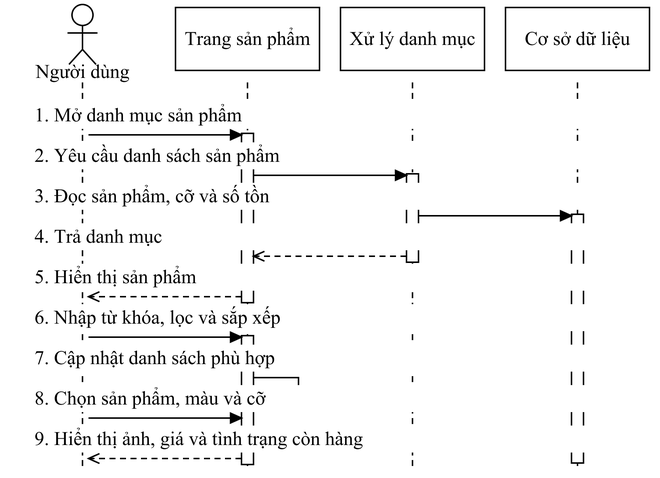
Earlier version of the draw.io export docs/do-an-LSOUL/So-do-LSOUL-rut-gon/anh-png/SEQ-05.png (Loccao102/BanHang). Source tidied: cells renumbered, new cells last; positions are measured from the earlier drawing's top-left corner, leaving out a move shared by most shapes.
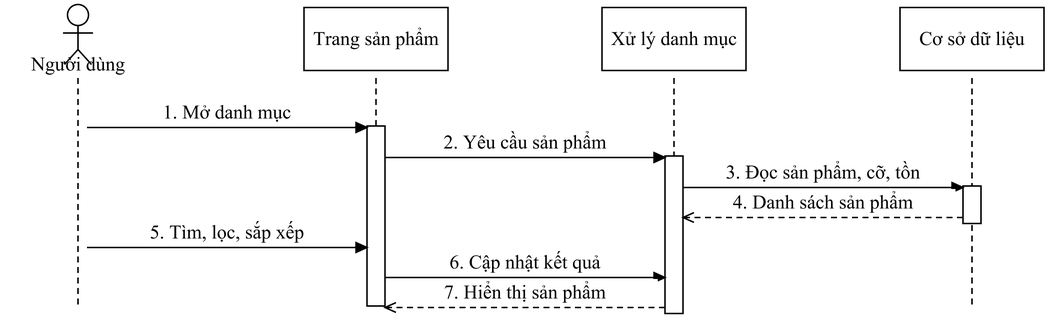
Above is the later version.

The edit, as a diff of the source:
```diff
@@ -4,163 +4,138 @@
     <mxCell id="1" parent="0" />
     <mxCell id="2" style="fontFamily=Times New Roman;fontSize=13;fontColor=#000000;strokeColor=#000000;strokeWidth=1;fillColor=#FFFFFF;shadow=0;rounded=0;html=0;whiteSpace=wrap;spacing=5;endArrow=none;endFill=1;startArrow=none;dashed=1;dashPattern=4 3;" parent="1" edge="1">
       <mxGeometry relative="1" as="geometry">
-        <mxPoint x="48" y="52" as="sourcePoint" />
-        <mxPoint x="48" y="308" as="targetPoint" />
+        <mxPoint x="45" y="49" as="sourcePoint" />
+        <mxPoint x="45" y="203" as="targetPoint" />
       </mxGeometry>
     </mxCell>
     <mxCell id="3" style="fontFamily=Times New Roman;fontSize=13;fontColor=#000000;strokeColor=#000000;strokeWidth=1;fillColor=#FFFFFF;shadow=0;rounded=0;html=0;whiteSpace=wrap;spacing=5;endArrow=none;endFill=1;startArrow=none;dashed=1;dashPattern=4 3;" parent="1" edge="1">
       <mxGeometry relative="1" as="geometry">
-        <mxPoint x="158" y="52" as="sourcePoint" />
-        <mxPoint x="158" y="308" as="targetPoint" />
+        <mxPoint x="243.7" y="49" as="sourcePoint" />
+        <mxPoint x="243.7" y="203" as="targetPoint" />
       </mxGeometry>
     </mxCell>
     <mxCell id="4" style="fontFamily=Times New Roman;fontSize=13;fontColor=#000000;strokeColor=#000000;strokeWidth=1;fillColor=#FFFFFF;shadow=0;rounded=0;html=0;whiteSpace=wrap;spacing=5;endArrow=none;endFill=1;startArrow=none;dashed=1;dashPattern=4 3;" parent="1" edge="1">
       <mxGeometry relative="1" as="geometry">
-        <mxPoint x="268" y="52" as="sourcePoint" />
-        <mxPoint x="268" y="308" as="targetPoint" />
+        <mxPoint x="442.3" y="49" as="sourcePoint" />
+        <mxPoint x="442.3" y="203" as="targetPoint" />
       </mxGeometry>
     </mxCell>
     <mxCell id="5" style="fontFamily=Times New Roman;fontSize=13;fontColor=#000000;strokeColor=#000000;strokeWidth=1;fillColor=#FFFFFF;shadow=0;rounded=0;html=0;whiteSpace=wrap;spacing=5;endArrow=none;endFill=1;startArrow=none;dashed=1;dashPattern=4 3;" parent="1" edge="1">
       <mxGeometry relative="1" as="geometry">
-        <mxPoint x="378" y="52" as="sourcePoint" />
-        <mxPoint x="378" y="308" as="targetPoint" />
+        <mxPoint x="641" y="49" as="sourcePoint" />
+        <mxPoint x="641" y="203" as="targetPoint" />
       </mxGeometry>
     </mxCell>
     <mxCell id="6" style="fontFamily=Times New Roman;fontSize=13;fontColor=#000000;strokeColor=#000000;strokeWidth=1;fillColor=#FFFFFF;shadow=0;rounded=0;html=0;whiteSpace=wrap;spacing=5;align=center;verticalAlign=middle;" parent="1" vertex="1">
-      <mxGeometry x="264" y="113" width="8" height="59" as="geometry" />
+      <mxGeometry x="635" y="121" width="12" height="25" as="geometry" />
     </mxCell>
     <mxCell id="7" style="fontFamily=Times New Roman;fontSize=13;fontColor=#000000;strokeColor=#000000;strokeWidth=1;fillColor=#FFFFFF;shadow=0;rounded=0;html=0;whiteSpace=wrap;spacing=5;align=center;verticalAlign=middle;" parent="1" vertex="1">
-      <mxGeometry x="154" y="86" width="8" height="113" as="geometry" />
+      <mxGeometry x="436.3" y="101" width="12" height="105" as="geometry" />
     </mxCell>
     <mxCell id="8" style="fontFamily=Times New Roman;fontSize=13;fontColor=#000000;strokeColor=#000000;strokeWidth=1;fillColor=#FFFFFF;shadow=0;rounded=0;html=0;whiteSpace=wrap;spacing=5;align=center;verticalAlign=middle;" parent="1" vertex="1">
-      <mxGeometry x="154" y="221" width="8" height="86" as="geometry" />
+      <mxGeometry x="237.7" y="81" width="12" height="120" as="geometry" />
     </mxCell>
-    <mxCell id="9" style="fontFamily=Times New Roman;fontSize=13;fontColor=#000000;strokeColor=#000000;strokeWidth=1;fillColor=#FFFFFF;shadow=0;rounded=0;html=0;whiteSpace=wrap;spacing=5;align=center;verticalAlign=middle;" parent="1" vertex="1">
-      <mxGeometry x="374" y="140" width="8" height="166" as="geometry" />
+    <mxCell id="9" value="1. Mở danh mục" style="fontFamily=Times New Roman;fontSize=13;fontColor=#000000;strokeColor=#000000;strokeWidth=1;fillColor=#FFFFFF;shadow=0;rounded=0;html=0;whiteSpace=wrap;spacing=5;text;strokeColor=none;fillColor=none;align=center;verticalAlign=middle;fillColor=#FFFFFF;" parent="1" vertex="1">
+      <mxGeometry x="56" y="63" width="176.7" height="18" as="geometry" />
     </mxCell>
-    <mxCell id="10" value="1. Mở danh mục sản phẩm" style="fontFamily=Times New Roman;fontSize=13;fontColor=#000000;strokeColor=#000000;strokeWidth=1;fillColor=#FFFFFF;shadow=0;rounded=0;html=0;whiteSpace=wrap;spacing=5;text;strokeColor=none;fillColor=none;align=left;verticalAlign=middle;fillColor=#FFFFFF;" parent="1" vertex="1">
-      <mxGeometry x="11" y="65" width="404" height="18" as="geometry" />
+    <mxCell id="10" style="fontFamily=Times New Roman;fontSize=13;fontColor=#000000;strokeColor=#000000;strokeWidth=1;fillColor=#FFFFFF;shadow=0;rounded=0;html=0;whiteSpace=wrap;spacing=5;endArrow=block;endFill=1;startArrow=none;" parent="1" edge="1">
+      <mxGeometry relative="1" as="geometry">
+        <mxPoint x="51" y="82" as="sourcePoint" />
+        <mxPoint x="237.7" y="82" as="targetPoint" />
+      </mxGeometry>
     </mxCell>
-    <mxCell id="11" style="fontFamily=Times New Roman;fontSize=13;fontColor=#000000;strokeColor=#000000;strokeWidth=1;fillColor=#FFFFFF;shadow=0;rounded=0;html=0;whiteSpace=wrap;spacing=5;endArrow=block;endFill=1;startArrow=none;" parent="1" edge="1">
-      <mxGeometry relative="1" as="geometry">
-        <mxPoint x="52" y="87" as="sourcePoint" />
-        <mxPoint x="154" y="87" as="targetPoint" />
-      </mxGeometry>
+    <mxCell id="11" value="2. Yêu cầu sản phẩm" style="fontFamily=Times New Roman;fontSize=13;fontColor=#000000;strokeColor=#000000;strokeWidth=1;fillColor=#FFFFFF;shadow=0;rounded=0;html=0;whiteSpace=wrap;spacing=5;text;strokeColor=none;fillColor=none;align=center;verticalAlign=middle;fillColor=#FFFFFF;" parent="1" vertex="1">
+      <mxGeometry x="254.7" y="83" width="176.7" height="18" as="geometry" />
     </mxCell>
-    <mxCell id="12" value="2. Yêu cầu danh sách sản phẩm" style="fontFamily=Times New Roman;fontSize=13;fontColor=#000000;strokeColor=#000000;strokeWidth=1;fillColor=#FFFFFF;shadow=0;rounded=0;html=0;whiteSpace=wrap;spacing=5;text;strokeColor=none;fillColor=none;align=left;verticalAlign=middle;fillColor=#FFFFFF;" parent="1" vertex="1">
-      <mxGeometry x="11" y="92" width="404" height="18" as="geometry" />
+    <mxCell id="12" style="fontFamily=Times New Roman;fontSize=13;fontColor=#000000;strokeColor=#000000;strokeWidth=1;fillColor=#FFFFFF;shadow=0;rounded=0;html=0;whiteSpace=wrap;spacing=5;endArrow=block;endFill=1;startArrow=none;" parent="1" edge="1">
+      <mxGeometry relative="1" as="geometry">
+        <mxPoint x="249.7" y="102" as="sourcePoint" />
+        <mxPoint x="436.3" y="102" as="targetPoint" />
+      </mxGeometry>
     </mxCell>
-    <mxCell id="13" style="fontFamily=Times New Roman;fontSize=13;fontColor=#000000;strokeColor=#000000;strokeWidth=1;fillColor=#FFFFFF;shadow=0;rounded=0;html=0;whiteSpace=wrap;spacing=5;endArrow=block;endFill=1;startArrow=none;" parent="1" edge="1">
-      <mxGeometry relative="1" as="geometry">
-        <mxPoint x="162" y="114" as="sourcePoint" />
-        <mxPoint x="264" y="114" as="targetPoint" />
-      </mxGeometry>
+    <mxCell id="13" value="3. Đọc sản phẩm, cỡ, tồn" style="fontFamily=Times New Roman;fontSize=13;fontColor=#000000;strokeColor=#000000;strokeWidth=1;fillColor=#FFFFFF;shadow=0;rounded=0;html=0;whiteSpace=wrap;spacing=5;text;strokeColor=none;fillColor=none;align=center;verticalAlign=middle;fillColor=#FFFFFF;" parent="1" vertex="1">
+      <mxGeometry x="453.3" y="103" width="176.7" height="18" as="geometry" />
     </mxCell>
-    <mxCell id="14" value="3. Đọc sản phẩm, cỡ và số tồn" style="fontFamily=Times New Roman;fontSize=13;fontColor=#000000;strokeColor=#000000;strokeWidth=1;fillColor=#FFFFFF;shadow=0;rounded=0;html=0;whiteSpace=wrap;spacing=5;text;strokeColor=none;fillColor=none;align=left;verticalAlign=middle;fillColor=#FFFFFF;" parent="1" vertex="1">
-      <mxGeometry x="11" y="119" width="404" height="18" as="geometry" />
+    <mxCell id="14" style="fontFamily=Times New Roman;fontSize=13;fontColor=#000000;strokeColor=#000000;strokeWidth=1;fillColor=#FFFFFF;shadow=0;rounded=0;html=0;whiteSpace=wrap;spacing=5;endArrow=block;endFill=1;startArrow=none;" parent="1" edge="1">
+      <mxGeometry relative="1" as="geometry">
+        <mxPoint x="448.3" y="122" as="sourcePoint" />
+        <mxPoint x="635" y="122" as="targetPoint" />
+      </mxGeometry>
     </mxCell>
-    <mxCell id="15" style="fontFamily=Times New Roman;fontSize=13;fontColor=#000000;strokeColor=#000000;strokeWidth=1;fillColor=#FFFFFF;shadow=0;rounded=0;html=0;whiteSpace=wrap;spacing=5;endArrow=block;endFill=1;startArrow=none;" parent="1" edge="1">
-      <mxGeometry relative="1" as="geometry">
-        <mxPoint x="272" y="141" as="sourcePoint" />
-        <mxPoint x="374" y="141" as="targetPoint" />
-      </mxGeometry>
+    <mxCell id="15" value="4. Danh sách sản phẩm" style="fontFamily=Times New Roman;fontSize=13;fontColor=#000000;strokeColor=#000000;strokeWidth=1;fillColor=#FFFFFF;shadow=0;rounded=0;html=0;whiteSpace=wrap;spacing=5;text;strokeColor=none;fillColor=none;align=center;verticalAlign=middle;fillColor=#FFFFFF;" parent="1" vertex="1">
+      <mxGeometry x="453.3" y="123" width="176.7" height="18" as="geometry" />
     </mxCell>
-    <mxCell id="16" value="4. Trả danh mục" style="fontFamily=Times New Roman;fontSize=13;fontColor=#000000;strokeColor=#000000;strokeWidth=1;fillColor=#FFFFFF;shadow=0;rounded=0;html=0;whiteSpace=wrap;spacing=5;text;strokeColor=none;fillColor=none;align=left;verticalAlign=middle;fillColor=#FFFFFF;" parent="1" vertex="1">
-      <mxGeometry x="11" y="146" width="404" height="18" as="geometry" />
+    <mxCell id="16" style="fontFamily=Times New Roman;fontSize=13;fontColor=#000000;strokeColor=#000000;strokeWidth=1;fillColor=#FFFFFF;shadow=0;rounded=0;html=0;whiteSpace=wrap;spacing=5;endArrow=open;endFill=1;startArrow=none;dashed=1;dashPattern=4 3;" parent="1" edge="1">
+      <mxGeometry relative="1" as="geometry">
+        <mxPoint x="635" y="142" as="sourcePoint" />
+        <mxPoint x="448.3" y="142" as="targetPoint" />
+      </mxGeometry>
     </mxCell>
-    <mxCell id="17" style="fontFamily=Times New Roman;fontSize=13;fontColor=#000000;strokeColor=#000000;strokeWidth=1;fillColor=#FFFFFF;shadow=0;rounded=0;html=0;whiteSpace=wrap;spacing=5;endArrow=open;endFill=1;startArrow=none;dashed=1;dashPattern=4 3;" parent="1" edge="1">
-      <mxGeometry relative="1" as="geometry">
-        <mxPoint x="264" y="168" as="sourcePoint" />
-        <mxPoint x="162" y="168" as="targetPoint" />
-      </mxGeometry>
+    <mxCell id="17" value="5. Tìm, lọc, sắp xếp" style="fontFamily=Times New Roman;fontSize=13;fontColor=#000000;strokeColor=#000000;strokeWidth=1;fillColor=#FFFFFF;shadow=0;rounded=0;html=0;whiteSpace=wrap;spacing=5;text;strokeColor=none;fillColor=none;align=center;verticalAlign=middle;fillColor=#FFFFFF;" parent="1" vertex="1">
+      <mxGeometry x="56" y="143" width="176.7" height="18" as="geometry" />
     </mxCell>
-    <mxCell id="18" value="5. Hiển thị sản phẩm" style="fontFamily=Times New Roman;fontSize=13;fontColor=#000000;strokeColor=#000000;strokeWidth=1;fillColor=#FFFFFF;shadow=0;rounded=0;html=0;whiteSpace=wrap;spacing=5;text;strokeColor=none;fillColor=none;align=left;verticalAlign=middle;fillColor=#FFFFFF;" parent="1" vertex="1">
-      <mxGeometry x="11" y="173" width="404" height="18" as="geometry" />
+    <mxCell id="18" style="fontFamily=Times New Roman;fontSize=13;fontColor=#000000;strokeColor=#000000;strokeWidth=1;fillColor=#FFFFFF;shadow=0;rounded=0;html=0;whiteSpace=wrap;spacing=5;endArrow=block;endFill=1;startArrow=none;" parent="1" edge="1">
+      <mxGeometry relative="1" as="geometry">
+        <mxPoint x="51" y="162" as="sourcePoint" />
+        <mxPoint x="237.7" y="162" as="targetPoint" />
+      </mxGeometry>
     </mxCell>
-    <mxCell id="19" style="fontFamily=Times New Roman;fontSize=13;fontColor=#000000;strokeColor=#000000;strokeWidth=1;fillColor=#FFFFFF;shadow=0;rounded=0;html=0;whiteSpace=wrap;spacing=5;endArrow=open;endFill=1;startArrow=none;dashed=1;dashPattern=4 3;" parent="1" edge="1">
-      <mxGeometry relative="1" as="geometry">
-        <mxPoint x="154" y="195" as="sourcePoint" />
-        <mxPoint x="52" y="195" as="targetPoint" />
-      </mxGeometry>
+    <mxCell id="19" value="6. Cập nhật kết quả" style="fontFamily=Times New Roman;fontSize=13;fontColor=#000000;strokeColor=#000000;strokeWidth=1;fillColor=#FFFFFF;shadow=0;rounded=0;html=0;whiteSpace=wrap;spacing=5;text;strokeColor=none;fillColor=none;align=center;verticalAlign=middle;fillColor=#FFFFFF;" parent="1" vertex="1">
+      <mxGeometry x="254.7" y="163" width="176.7" height="18" as="geometry" />
     </mxCell>
-    <mxCell id="20" value="6. Nhập từ khóa, lọc và sắp xếp" style="fontFamily=Times New Roman;fontSize=13;fontColor=#000000;strokeColor=#000000;strokeWidth=1;fillColor=#FFFFFF;shadow=0;rounded=0;html=0;whiteSpace=wrap;spacing=5;text;strokeColor=none;fillColor=none;align=left;verticalAlign=middle;fillColor=#FFFFFF;" parent="1" vertex="1">
-      <mxGeometry x="11" y="200" width="404" height="18" as="geometry" />
+    <mxCell id="20" style="fontFamily=Times New Roman;fontSize=13;fontColor=#000000;strokeColor=#000000;strokeWidth=1;fillColor=#FFFFFF;shadow=0;rounded=0;html=0;whiteSpace=wrap;spacing=5;endArrow=block;endFill=1;startArrow=none;" parent="1" edge="1">
+      <mxGeometry relative="1" as="geometry">
+        <mxPoint x="249.7" y="182" as="sourcePoint" />
+        <mxPoint x="436.3" y="182" as="targetPoint" />
+      </mxGeometry>
     </mxCell>
-    <mxCell id="21" style="fontFamily=Times New Roman;fontSize=13;fontColor=#000000;strokeColor=#000000;strokeWidth=1;fillColor=#FFFFFF;shadow=0;rounded=0;html=0;whiteSpace=wrap;spacing=5;endArrow=block;endFill=1;startArrow=none;" parent="1" edge="1">
-      <mxGeometry relative="1" as="geometry">
-        <mxPoint x="52" y="222" as="sourcePoint" />
-        <mxPoint x="154" y="222" as="targetPoint" />
-      </mxGeometry>
+    <mxCell id="21" value="7. Hiển thị sản phẩm" style="fontFamily=Times New Roman;fontSize=13;fontColor=#000000;strokeColor=#000000;strokeWidth=1;fillColor=#FFFFFF;shadow=0;rounded=0;html=0;whiteSpace=wrap;spacing=5;text;strokeColor=none;fillColor=none;align=center;verticalAlign=middle;fillColor=#FFFFFF;" parent="1" vertex="1">
+      <mxGeometry x="254.7" y="183" width="176.7" height="18" as="geometry" />
     </mxCell>
-    <mxCell id="22" value="7. Cập nhật danh sách phù hợp" style="fontFamily=Times New Roman;fontSize=13;fontColor=#000000;strokeColor=#000000;strokeWidth=1;fillColor=#FFFFFF;shadow=0;rounded=0;html=0;whiteSpace=wrap;spacing=5;text;strokeColor=none;fillColor=none;align=left;verticalAlign=middle;fillColor=#FFFFFF;" parent="1" vertex="1">
-      <mxGeometry x="11" y="227" width="404" height="18" as="geometry" />
+    <mxCell id="22" style="fontFamily=Times New Roman;fontSize=13;fontColor=#000000;strokeColor=#000000;strokeWidth=1;fillColor=#FFFFFF;shadow=0;rounded=0;html=0;whiteSpace=wrap;spacing=5;endArrow=open;endFill=1;startArrow=none;dashed=1;dashPattern=4 3;" parent="1" edge="1">
+      <mxGeometry relative="1" as="geometry">
+        <mxPoint x="436.3" y="202" as="sourcePoint" />
+        <mxPoint x="249.7" y="202" as="targetPoint" />
+      </mxGeometry>
     </mxCell>
-    <mxCell id="23" style="fontFamily=Times New Roman;fontSize=13;fontColor=#000000;strokeColor=#000000;strokeWidth=1;fillColor=#FFFFFF;shadow=0;rounded=0;html=0;whiteSpace=wrap;spacing=5;endArrow=block;endFill=1;startArrow=none;" parent="1" edge="1">
-      <mxGeometry relative="1" as="geometry">
-        <mxPoint x="162" y="249" as="sourcePoint" />
-        <mxPoint x="163" y="261" as="targetPoint" />
-        <Array as="points">
-          <mxPoint x="192" y="249" />
-          <mxPoint x="192" y="261" />
-        </Array>
-      </mxGeometry>
+    <mxCell id="23" style="fontFamily=Times New Roman;fontSize=13;fontColor=#000000;strokeColor=#000000;strokeWidth=1;fillColor=#FFFFFF;shadow=0;rounded=0;html=0;whiteSpace=wrap;spacing=5;ellipse;perimeter=ellipsePerimeter;align=center;verticalAlign=middle;" parent="1" vertex="1">
+      <mxGeometry x="38" width="14" height="14" as="geometry" />
     </mxCell>
-    <mxCell id="24" value="8. Chọn sản phẩm, màu và cỡ" style="fontFamily=Times New Roman;fontSize=13;fontColor=#000000;strokeColor=#000000;strokeWidth=1;fillColor=#FFFFFF;shadow=0;rounded=0;html=0;whiteSpace=wrap;spacing=5;text;strokeColor=none;fillColor=none;align=left;verticalAlign=middle;fillColor=#FFFFFF;" parent="1" vertex="1">
-      <mxGeometry x="11" y="254" width="404" height="18" as="geometry" />
+    <mxCell id="24" style="fontFamily=Times New Roman;fontSize=13;fontColor=#000000;strokeColor=#000000;strokeWidth=1;fillColor=#FFFFFF;shadow=0;rounded=0;html=0;whiteSpace=wrap;spacing=5;endArrow=none;endFill=1;startArrow=none;" parent="1" edge="1">
+      <mxGeometry relative="1" as="geometry">
+        <mxPoint x="45" y="14" as="sourcePoint" />
+        <mxPoint x="45" y="30" as="targetPoint" />
+      </mxGeometry>
     </mxCell>
-    <mxCell id="25" style="fontFamily=Times New Roman;fontSize=13;fontColor=#000000;strokeColor=#000000;strokeWidth=1;fillColor=#FFFFFF;shadow=0;rounded=0;html=0;whiteSpace=wrap;spacing=5;endArrow=block;endFill=1;startArrow=none;" parent="1" edge="1">
+    <mxCell id="25" style="fontFamily=Times New Roman;fontSize=13;fontColor=#000000;strokeColor=#000000;strokeWidth=1;fillColor=#FFFFFF;shadow=0;rounded=0;html=0;whiteSpace=wrap;spacing=5;endArrow=none;endFill=1;startArrow=none;" parent="1" edge="1">
       <mxGeometry relative="1" as="geometry">
-        <mxPoint x="52" y="276" as="sourcePoint" />
-        <mxPoint x="154" y="276" as="targetPoint" />
+        <mxPoint x="35" y="19" as="sourcePoint" />
+        <mxPoint x="55" y="19" as="targetPoint" />
       </mxGeometry>
     </mxCell>
-    <mxCell id="26" value="9. Hiển thị ảnh, giá và tình trạng còn hàng" style="fontFamily=Times New Roman;fontSize=13;fontColor=#000000;strokeColor=#000000;strokeWidth=1;fillColor=#FFFFFF;shadow=0;rounded=0;html=0;whiteSpace=wrap;spacing=5;text;strokeColor=none;fillColor=none;align=left;verticalAlign=middle;fillColor=#FFFFFF;" parent="1" vertex="1">
-      <mxGeometry x="11" y="281" width="404" height="18" as="geometry" />
+    <mxCell id="26" style="fontFamily=Times New Roman;fontSize=13;fontColor=#000000;strokeColor=#000000;strokeWidth=1;fillColor=#FFFFFF;shadow=0;rounded=0;html=0;whiteSpace=wrap;spacing=5;endArrow=none;endFill=1;startArrow=none;" parent="1" edge="1">
+      <mxGeometry relative="1" as="geometry">
+        <mxPoint x="45" y="30" as="sourcePoint" />
+        <mxPoint x="36" y="40" as="targetPoint" />
+      </mxGeometry>
     </mxCell>
-    <mxCell id="27" style="fontFamily=Times New Roman;fontSize=13;fontColor=#000000;strokeColor=#000000;strokeWidth=1;fillColor=#FFFFFF;shadow=0;rounded=0;html=0;whiteSpace=wrap;spacing=5;endArrow=open;endFill=1;startArrow=none;dashed=1;dashPattern=4 3;" parent="1" edge="1">
+    <mxCell id="27" style="fontFamily=Times New Roman;fontSize=13;fontColor=#000000;strokeColor=#000000;strokeWidth=1;fillColor=#FFFFFF;shadow=0;rounded=0;html=0;whiteSpace=wrap;spacing=5;endArrow=none;endFill=1;startArrow=none;" parent="1" edge="1">
       <mxGeometry relative="1" as="geometry">
-        <mxPoint x="154" y="303" as="sourcePoint" />
-        <mxPoint x="52" y="303" as="targetPoint" />
+        <mxPoint x="45" y="30" as="sourcePoint" />
+        <mxPoint x="54" y="40" as="targetPoint" />
       </mxGeometry>
     </mxCell>
-    <mxCell id="28" style="fontFamily=Times New Roman;fontSize=13;fontColor=#000000;strokeColor=#000000;strokeWidth=1;fillColor=#FFFFFF;shadow=0;rounded=0;html=0;whiteSpace=wrap;spacing=5;ellipse;perimeter=ellipsePerimeter;align=center;verticalAlign=middle;" parent="1" vertex="1">
-      <mxGeometry x="41" width="14" height="14" as="geometry" />
+    <mxCell id="28" value="Người dùng" style="fontFamily=Times New Roman;fontSize=13;fontColor=#000000;strokeColor=#000000;strokeWidth=1;fillColor=#FFFFFF;shadow=0;rounded=0;html=0;whiteSpace=wrap;spacing=5;text;strokeColor=none;fillColor=none;align=center;verticalAlign=middle;" parent="1" vertex="1">
+      <mxGeometry x="-3" y="32" width="96" height="16" as="geometry" />
     </mxCell>
-    <mxCell id="29" style="fontFamily=Times New Roman;fontSize=13;fontColor=#000000;strokeColor=#000000;strokeWidth=1;fillColor=#FFFFFF;shadow=0;rounded=0;html=0;whiteSpace=wrap;spacing=5;endArrow=none;endFill=1;startArrow=none;" parent="1" edge="1">
-      <mxGeometry relative="1" as="geometry">
-        <mxPoint x="48" y="14" as="sourcePoint" />
-        <mxPoint x="48" y="30" as="targetPoint" />
-      </mxGeometry>
-    </mxCell>
-    <mxCell id="30" style="fontFamily=Times New Roman;fontSize=13;fontColor=#000000;strokeColor=#000000;strokeWidth=1;fillColor=#FFFFFF;shadow=0;rounded=0;html=0;whiteSpace=wrap;spacing=5;endArrow=none;endFill=1;startArrow=none;" parent="1" edge="1">
-      <mxGeometry relative="1" as="geometry">
-        <mxPoint x="38" y="19" as="sourcePoint" />
-        <mxPoint x="58" y="19" as="targetPoint" />
-      </mxGeometry>
-    </mxCell>
-    <mxCell id="31" style="fontFamily=Times New Roman;fontSize=13;fontColor=#000000;strokeColor=#000000;strokeWidth=1;fillColor=#FFFFFF;shadow=0;rounded=0;html=0;whiteSpace=wrap;spacing=5;endArrow=none;endFill=1;startArrow=none;" parent="1" edge="1">
-      <mxGeometry relative="1" as="geometry">
-        <mxPoint x="48" y="30" as="sourcePoint" />
-        <mxPoint x="39" y="40" as="targetPoint" />
-      </mxGeometry>
-    </mxCell>
-    <mxCell id="32" style="fontFamily=Times New Roman;fontSize=13;fontColor=#000000;strokeColor=#000000;strokeWidth=1;fillColor=#FFFFFF;shadow=0;rounded=0;html=0;whiteSpace=wrap;spacing=5;endArrow=none;endFill=1;startArrow=none;" parent="1" edge="1">
-      <mxGeometry relative="1" as="geometry">
-        <mxPoint x="48" y="30" as="sourcePoint" />
-        <mxPoint x="57" y="40" as="targetPoint" />
-      </mxGeometry>
-    </mxCell>
-    <mxCell id="33" value="Người dùng" style="fontFamily=Times New Roman;fontSize=13;fontColor=#000000;strokeColor=#000000;strokeWidth=1;fillColor=#FFFFFF;shadow=0;rounded=0;html=0;whiteSpace=wrap;spacing=5;text;strokeColor=none;fillColor=none;align=center;verticalAlign=middle;" parent="1" vertex="1">
-      <mxGeometry y="37" width="96" height="16" as="geometry" />
-    </mxCell>
     <mxCell id="34" value="Trang sản phẩm" style="fontFamily=Times New Roman;fontSize=13;fontColor=#000000;strokeColor=#000000;strokeWidth=1;fillColor=#FFFFFF;shadow=0;rounded=0;html=0;whiteSpace=wrap;spacing=5;align=center;verticalAlign=middle;" parent="1" vertex="1">
-      <mxGeometry x="110" y="2" width="96" height="42" as="geometry" />
+      <mxGeometry x="195.7" y="2" width="96" height="42" as="geometry" />
     </mxCell>
     <mxCell id="35" value="Xử lý danh mục" style="fontFamily=Times New Roman;fontSize=13;fontColor=#000000;strokeColor=#000000;strokeWidth=1;fillColor=#FFFFFF;shadow=0;rounded=0;html=0;whiteSpace=wrap;spacing=5;align=center;verticalAlign=middle;" parent="1" vertex="1">
-      <mxGeometry x="220" y="2" width="96" height="42" as="geometry" />
+      <mxGeometry x="394.3" y="2" width="96" height="42" as="geometry" />
     </mxCell>
     <mxCell id="36" value="Cơ sở dữ liệu" style="fontFamily=Times New Roman;fontSize=13;fontColor=#000000;strokeColor=#000000;strokeWidth=1;fillColor=#FFFFFF;shadow=0;rounded=0;html=0;whiteSpace=wrap;spacing=5;align=center;verticalAlign=middle;" parent="1" vertex="1">
-      <mxGeometry x="330" y="2" width="96" height="42" as="geometry" />
+      <mxGeometry x="593" y="2" width="96" height="42" as="geometry" />
     </mxCell>
   </root>
 </mxGraphModel>
```
